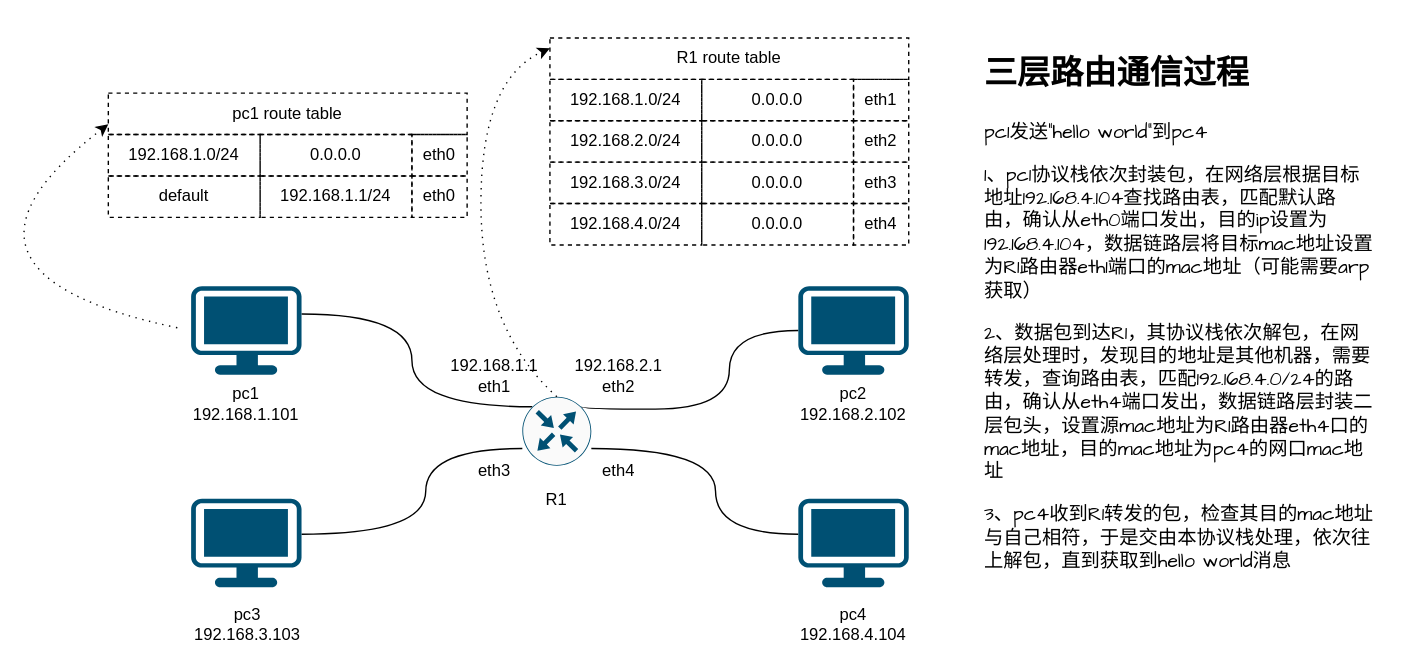
garryfan2013/network_trainning keeps this draw.io diagram as page "route-principle" (5 of 13) of network_trainning.drawio. Above is the earlier version. Source tidied: cells renumbered, new cells numbered last; positions are measured from the earlier drawing's top-left corner, leaving out a move shared by most shapes. Both pictures are drawn from the tidied source at 138%, with x=0, y=0 at pixel (-86, 37).
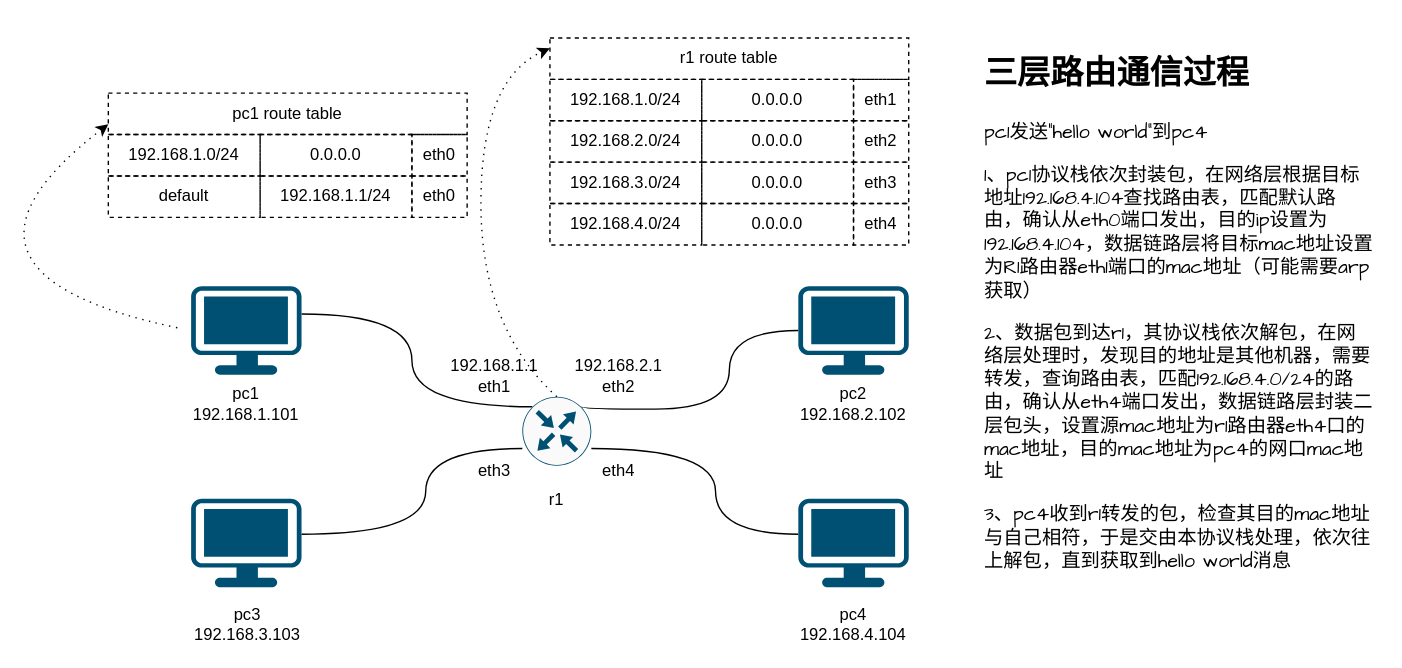
The same diagram, later.

What changed in the source:
```diff
@@
-    <mxCell id="10" value="R1 route table" style="rounded=0;whiteSpace=wrap;html=1;dashed=1;strokeColor=default;fillColor=none;" parent="1" vertex="1">
+    <mxCell id="10" value="r1 route table" style="rounded=0;whiteSpace=wrap;html=1;dashed=1;strokeColor=default;fillColor=none;" parent="1" vertex="1">
       <mxGeometry x="460" width="260" height="30" as="geometry" />
     </mxCell>
@@
-    <mxCell id="27" value="R1" style="text;html=1;strokeColor=none;fillColor=none;align=center;verticalAlign=middle;whiteSpace=wrap;rounded=0;dashed=1;" parent="1" vertex="1">
+    <mxCell id="27" value="r1" style="text;html=1;strokeColor=none;fillColor=none;align=center;verticalAlign=middle;whiteSpace=wrap;rounded=0;dashed=1;" parent="1" vertex="1">
       <mxGeometry x="435" y="320" width="60" height="30" as="geometry" />
     </mxCell>
@@
-    <mxCell id="41" value="&lt;h1&gt;&lt;font style=&quot;font-size: 24px&quot;&gt;三层路由通信过程&lt;/font&gt;&lt;/h1&gt;&lt;div style=&quot;font-size: 14px&quot;&gt;pc1发送“hello world”到pc4&lt;/div&gt;&lt;p style=&quot;font-size: 14px&quot;&gt;1、pc1协议栈依次封装包，在网络层根据目标地址192.168.4.104查找路由表，匹配默认路由，确认从eth0端口发出，目的ip设置为192.168.4.104，数据链路层将目标mac地址设置为R1路由器eth1端口的mac地址（可能需要arp获取）&lt;/p&gt;&lt;p style=&quot;font-size: 14px&quot;&gt;2、数据包到达R1，其协议栈依次解包，在网络层处理时，发现目的地址是其他机器，需要转发，查询路由表，匹配192.168.4.0/24的路由，确认从eth4端口发出，数据链路层封装二层包头，设置源mac地址为R1路由器eth4口的mac地址，目的mac地址为pc4的网口mac地址&lt;/p&gt;&lt;p style=&quot;font-size: 14px&quot;&gt;3、pc4收到R1转发的包，检查其目的mac地址与自己相符，于是交由本协议栈处理，依次往上解包，直到获取到hello world消息&lt;/p&gt;" style="text;html=1;strokeColor=none;fillColor=none;spacing=5;spacingTop=-20;whiteSpace=wrap;overflow=hidden;rounded=0;fontSize=14;fontFamily=Comic Sans MS;" parent="1" vertex="1">
+    <mxCell id="41" value="&lt;h1&gt;&lt;font style=&quot;font-size: 24px&quot;&gt;三层路由通信过程&lt;/font&gt;&lt;/h1&gt;&lt;div style=&quot;font-size: 14px&quot;&gt;pc1发送“hello world”到pc4&lt;/div&gt;&lt;p style=&quot;font-size: 14px&quot;&gt;1、pc1协议栈依次封装包，在网络层根据目标地址192.168.4.104查找路由表，匹配默认路由，确认从eth0端口发出，目的ip设置为192.168.4.104，数据链路层将目标mac地址设置为R1路由器eth1端口的mac地址（可能需要arp获取）&lt;/p&gt;&lt;p style=&quot;font-size: 14px&quot;&gt;2、数据包到达r1，其协议栈依次解包，在网络层处理时，发现目的地址是其他机器，需要转发，查询路由表，匹配192.168.4.0/24的路由，确认从eth4端口发出，数据链路层封装二层包头，设置源mac地址为r1路由器eth4口的mac地址，目的mac地址为pc4的网口mac地址&lt;/p&gt;&lt;p style=&quot;font-size: 14px&quot;&gt;3、pc4收到r1转发的包，检查其目的mac地址与自己相符，于是交由本协议栈处理，依次往上解包，直到获取到hello world消息&lt;/p&gt;" style="text;html=1;strokeColor=none;fillColor=none;spacing=5;spacingTop=-20;whiteSpace=wrap;overflow=hidden;rounded=0;fontSize=14;fontFamily=Comic Sans MS;" parent="1" vertex="1">
       <mxGeometry x="770" width="290" height="440" as="geometry" />
     </mxCell>
```
